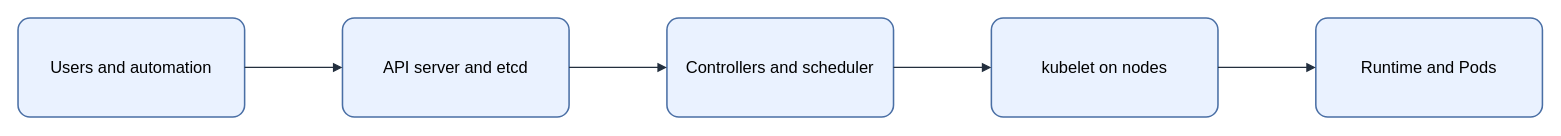
Earlier version of the draw.io diagram assets/img/kubernetes/kubernetes-control-plane-flow.drawio (KKamJi98/kkamji98.github.io). Source tidied: cells renumbered, new cells numbered last; positions are measured from the earlier drawing's top-left corner, leaving out a move shared by most shapes. Both pictures are drawn from the tidied source at 103%, with x=0, y=0 at pixel (18, 18).
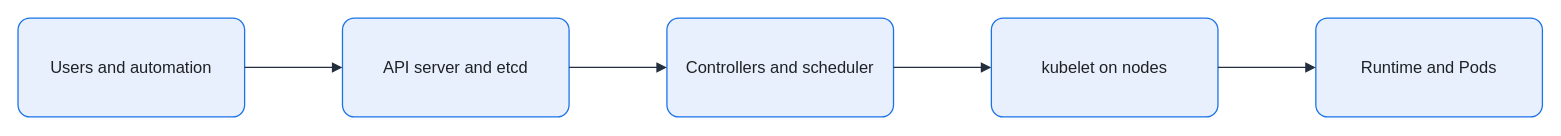
The same diagram, later.

Diff of the diagram source:
```diff
@@
 <mxGraphModel background="#FFFFFF">
   <root>
     <mxCell id="0" />
     <mxCell id="1" parent="0" />
-    <mxCell id="2" value="Users and automation" style="rounded=1;arcSize=12;whiteSpace=wrap;html=0;fillColor=#EAF2FF;strokeColor=#4A6FA5;strokeWidth=1.5;fontColor=#000000;fontSize=16;align=center;verticalAlign=middle;spacing=8;shadow=0;" parent="1" vertex="1">
+    <mxCell id="2" value="Users and automation" style="rounded=1;arcSize=12;whiteSpace=wrap;html=0;fillColor=#E8F0FE;strokeColor=#1A73E8;strokeWidth=1.25;fontColor=#202124;fontSize=16;align=center;verticalAlign=middle;spacing=8;shadow=0;" parent="1" vertex="1">
       <mxGeometry width="220" height="96" as="geometry" />
     </mxCell>
-    <mxCell id="3" value="API server and etcd" style="rounded=1;arcSize=12;whiteSpace=wrap;html=0;fillColor=#EAF2FF;strokeColor=#4A6FA5;strokeWidth=1.5;fontColor=#000000;fontSize=16;align=center;verticalAlign=middle;spacing=8;shadow=0;" parent="1" vertex="1">
+    <mxCell id="3" value="API server and etcd" style="rounded=1;arcSize=12;whiteSpace=wrap;html=0;fillColor=#E8F0FE;strokeColor=#1A73E8;strokeWidth=1.25;fontColor=#202124;fontSize=16;align=center;verticalAlign=middle;spacing=8;shadow=0;" parent="1" vertex="1">
       <mxGeometry x="315" width="220" height="96" as="geometry" />
     </mxCell>
-    <mxCell id="4" value="Controllers and scheduler" style="rounded=1;arcSize=12;whiteSpace=wrap;html=0;fillColor=#EAF2FF;strokeColor=#4A6FA5;strokeWidth=1.5;fontColor=#000000;fontSize=16;align=center;verticalAlign=middle;spacing=8;shadow=0;" parent="1" vertex="1">
+    <mxCell id="4" value="Controllers and scheduler" style="rounded=1;arcSize=12;whiteSpace=wrap;html=0;fillColor=#E8F0FE;strokeColor=#1A73E8;strokeWidth=1.25;fontColor=#202124;fontSize=16;align=center;verticalAlign=middle;spacing=8;shadow=0;" parent="1" vertex="1">
       <mxGeometry x="630" width="220" height="96" as="geometry" />
     </mxCell>
-    <mxCell id="5" value="kubelet on nodes" style="rounded=1;arcSize=12;whiteSpace=wrap;html=0;fillColor=#EAF2FF;strokeColor=#4A6FA5;strokeWidth=1.5;fontColor=#000000;fontSize=16;align=center;verticalAlign=middle;spacing=8;shadow=0;" parent="1" vertex="1">
+    <mxCell id="5" value="kubelet on nodes" style="rounded=1;arcSize=12;whiteSpace=wrap;html=0;fillColor=#E8F0FE;strokeColor=#1A73E8;strokeWidth=1.25;fontColor=#202124;fontSize=16;align=center;verticalAlign=middle;spacing=8;shadow=0;" parent="1" vertex="1">
       <mxGeometry x="945" width="220" height="96" as="geometry" />
     </mxCell>
-    <mxCell id="6" value="Runtime and Pods" style="rounded=1;arcSize=12;whiteSpace=wrap;html=0;fillColor=#EAF2FF;strokeColor=#4A6FA5;strokeWidth=1.5;fontColor=#000000;fontSize=16;align=center;verticalAlign=middle;spacing=8;shadow=0;" parent="1" vertex="1">
+    <mxCell id="6" value="Runtime and Pods" style="rounded=1;arcSize=12;whiteSpace=wrap;html=0;fillColor=#E8F0FE;strokeColor=#1A73E8;strokeWidth=1.25;fontColor=#202124;fontSize=16;align=center;verticalAlign=middle;spacing=8;shadow=0;" parent="1" vertex="1">
       <mxGeometry x="1260" width="220" height="96" as="geometry" />
     </mxCell>
-    <mxCell id="7" style="edgeStyle=orthogonalEdgeStyle;rounded=0;jettySize=auto;html=0;endArrow=block;endFill=1;strokeColor=#232F3E;strokeWidth=1.25;fontColor=#000000;labelBackgroundColor=none;exitX=1;exitY=0.5;exitDx=0;exitDy=0;entryX=0;entryY=0.5;entryDx=0;entryDy=0;" parent="1" edge="1" source="2" target="3">
+    <mxCell id="7" style="edgeStyle=orthogonalEdgeStyle;rounded=0;jettySize=auto;html=0;endArrow=block;endFill=1;strokeColor=#232F3E;strokeWidth=1.25;fontColor=#202124;labelBackgroundColor=none;exitX=1;exitY=0.5;exitDx=0;exitDy=0;entryX=0;entryY=0.5;entryDx=0;entryDy=0;endSize=7;" parent="1" edge="1" source="2" target="3">
       <mxGeometry relative="1" as="geometry" />
     </mxCell>
-    <mxCell id="8" style="edgeStyle=orthogonalEdgeStyle;rounded=0;jettySize=auto;html=0;endArrow=block;endFill=1;strokeColor=#232F3E;strokeWidth=1.25;fontColor=#000000;labelBackgroundColor=none;exitX=1;exitY=0.5;exitDx=0;exitDy=0;entryX=0;entryY=0.5;entryDx=0;entryDy=0;" parent="1" edge="1" source="3" target="4">
+    <mxCell id="8" style="edgeStyle=orthogonalEdgeStyle;rounded=0;jettySize=auto;html=0;endArrow=block;endFill=1;strokeColor=#232F3E;strokeWidth=1.25;fontColor=#202124;labelBackgroundColor=none;exitX=1;exitY=0.5;exitDx=0;exitDy=0;entryX=0;entryY=0.5;entryDx=0;entryDy=0;endSize=7;" parent="1" edge="1" source="3" target="4">
       <mxGeometry relative="1" as="geometry" />
     </mxCell>
-    <mxCell id="9" style="edgeStyle=orthogonalEdgeStyle;rounded=0;jettySize=auto;html=0;endArrow=block;endFill=1;strokeColor=#232F3E;strokeWidth=1.25;fontColor=#000000;labelBackgroundColor=none;exitX=1;exitY=0.5;exitDx=0;exitDy=0;entryX=0;entryY=0.5;entryDx=0;entryDy=0;" parent="1" edge="1" source="4" target="5">
+    <mxCell id="9" style="edgeStyle=orthogonalEdgeStyle;rounded=0;jettySize=auto;html=0;endArrow=block;endFill=1;strokeColor=#232F3E;strokeWidth=1.25;fontColor=#202124;labelBackgroundColor=none;exitX=1;exitY=0.5;exitDx=0;exitDy=0;entryX=0;entryY=0.5;entryDx=0;entryDy=0;endSize=7;" parent="1" edge="1" source="4" target="5">
       <mxGeometry relative="1" as="geometry" />
     </mxCell>
-    <mxCell id="10" style="edgeStyle=orthogonalEdgeStyle;rounded=0;jettySize=auto;html=0;endArrow=block;endFill=1;strokeColor=#232F3E;strokeWidth=1.25;fontColor=#000000;labelBackgroundColor=none;exitX=1;exitY=0.5;exitDx=0;exitDy=0;entryX=0;entryY=0.5;entryDx=0;entryDy=0;" parent="1" edge="1" source="5" target="6">
+    <mxCell id="10" style="edgeStyle=orthogonalEdgeStyle;rounded=0;jettySize=auto;html=0;endArrow=block;endFill=1;strokeColor=#232F3E;strokeWidth=1.25;fontColor=#202124;labelBackgroundColor=none;exitX=1;exitY=0.5;exitDx=0;exitDy=0;entryX=0;entryY=0.5;entryDx=0;entryDy=0;endSize=7;" parent="1" edge="1" source="5" target="6">
       <mxGeometry relative="1" as="geometry" />
     </mxCell>
   </root>
 </mxGraphModel>
```
